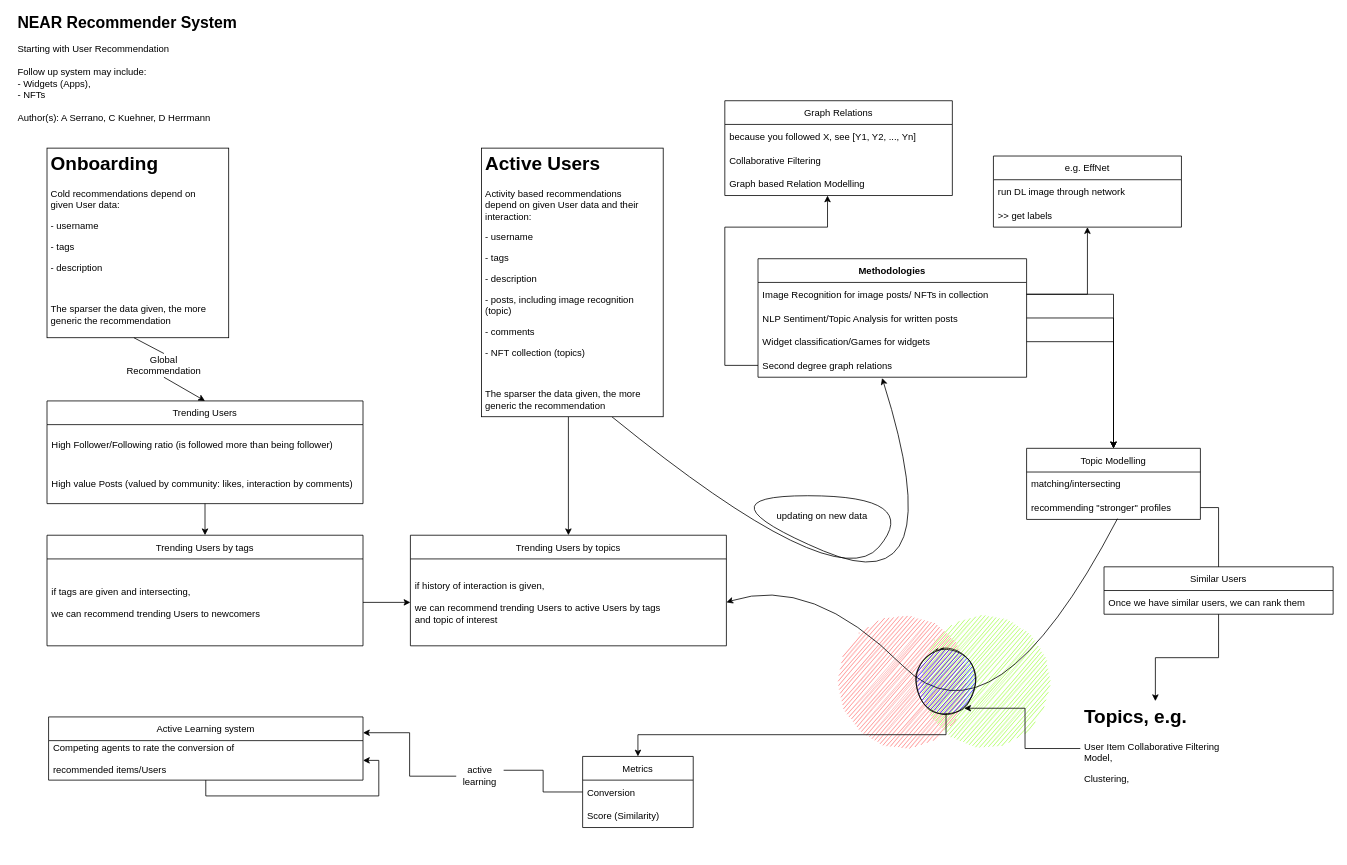
Before: page "Daniel" (1 of 3) of NEAR-Recommender.drawio in scopalaffairs/near_recommender, a draw.io diagram. Source tidied: cells renumbered, new cells numbered last; positions are measured from the earlier drawing's top-left corner, leaving out a move shared by most shapes. Both pictures are drawn from the tidied source at 79%, with x=0, y=0 at pixel (13, 21).
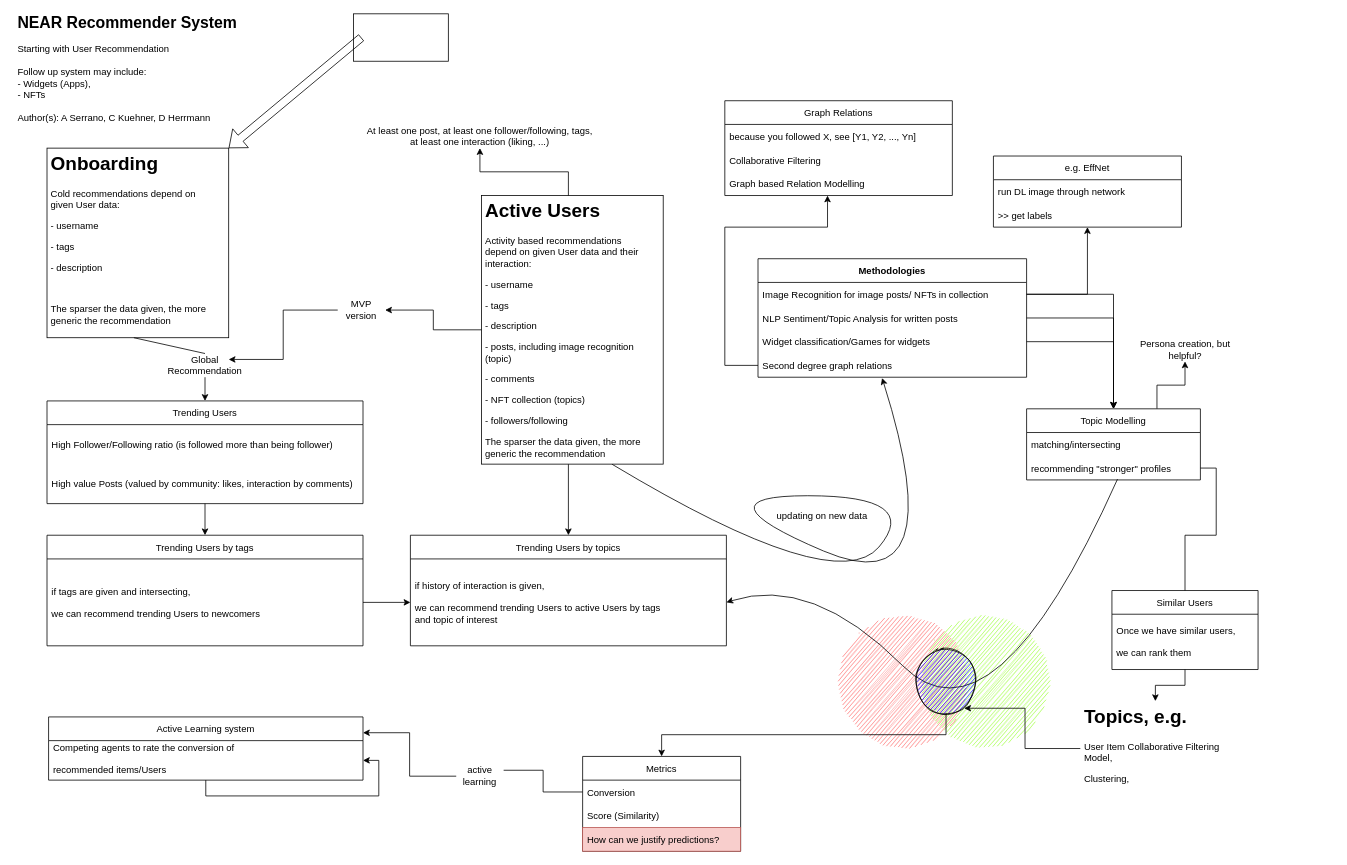
The same diagram, later.

Commit message:
Adding more Users and some questions

The change refers to these unchanged cells:
```xml
<mxCell id="10" value="Trending Users by topics" style="swimlane;fontStyle=0;horizontal=1;startSize=30;fontSize=12;" parent="1" vertex="1">
  <mxGeometry x="502" y="650" width="400" height="140" as="geometry" />
</mxCell>
<mxCell id="24" value="Second degree graph relations" style="text;strokeColor=none;fillColor=none;align=left;verticalAlign=middle;spacingLeft=4;spacingRight=4;overflow=hidden;points=[[0,0.5],[1,0.5]];portConstraint=eastwest;fontSize=12;" parent="20" vertex="1">
  <mxGeometry y="120" width="340" height="30" as="geometry" />
</mxCell>
<mxCell id="48" style="rounded=0;whiteSpace=wrap;html=1;fontSize=12;" parent="47" vertex="1">
  <mxGeometry width="230" height="240" as="geometry" />
</mxCell>
<mxCell id="59" value="&lt;h1&gt;Topics, e.g.&lt;br&gt;&lt;/h1&gt;&lt;p&gt;User Item Collaborative Filtering Model, &lt;br&gt;&lt;/p&gt;&lt;p&gt;Clustering,&lt;br&gt;&lt;/p&gt;" style="text;html=1;strokeColor=none;fillColor=none;spacing=5;spacingTop=-20;whiteSpace=wrap;overflow=hidden;rounded=0;shadow=0;glass=0;sketch=0;fontSize=12;" parent="1" vertex="1">
  <mxGeometry x="1350" y="860" width="190" height="120" as="geometry" />
</mxCell>
```

The edit, as a diff of the source:
```diff
@@
-    <mxCell id="13" style="edgeStyle=orthogonalEdgeStyle;rounded=0;jettySize=auto;html=1;fontSize=12;" parent="1" edge="1" source="46" target="10">
-      <mxGeometry relative="1" as="geometry" />
-    </mxCell>
+    <mxCell id="64" style="edgeStyle=orthogonalEdgeStyle;rounded=0;jettySize=auto;html=1;fontSize=12;" parent="1" edge="1" source="69" target="10">
+      <mxGeometry relative="1" as="geometry" />
+    </mxCell>
     <mxCell id="14" value="Metrics" style="swimlane;fontStyle=0;horizontal=1;startSize=30;fontSize=12;" parent="1" vertex="1">
-      <mxGeometry x="720" y="930" width="140" height="90" as="geometry" />
+      <mxGeometry x="720" y="930" width="200" height="120" as="geometry" />
     </mxCell>
     <mxCell id="15" value="Conversion" style="text;strokeColor=none;fillColor=none;align=left;verticalAlign=middle;spacingLeft=4;spacingRight=4;overflow=hidden;points=[[0,0.5],[1,0.5]];portConstraint=eastwest;fontSize=12;" parent="14" vertex="1">
-      <mxGeometry y="30" width="140" height="30" as="geometry" />
+      <mxGeometry y="30" width="200" height="30" as="geometry" />
     </mxCell>
     <mxCell id="16" value="Score (Similarity)" style="text;strokeColor=none;fillColor=none;align=left;verticalAlign=middle;spacingLeft=4;spacingRight=4;overflow=hidden;fontSize=12;" parent="14" vertex="1">
-      <mxGeometry y="60" width="140" height="30" as="geometry" />
+      <mxGeometry y="60" width="200" height="30" as="geometry" />
     </mxCell>
+    <mxCell id="65" value="How can we justify predictions?" style="text;strokeColor=#b85450;fillColor=#f8cecc;align=left;verticalAlign=middle;spacingLeft=4;spacingRight=4;overflow=hidden;fontSize=12;" parent="14" vertex="1">
+      <mxGeometry y="90" width="200" height="30" as="geometry" />
+    </mxCell>
@@
+    <mxCell id="66" style="edgeStyle=orthogonalEdgeStyle;rounded=0;jettySize=auto;html=1;exitX=0.75;exitY=0;exitDx=0;exitDy=0;fontSize=12;" parent="1" edge="1" source="25" target="74">
+      <mxGeometry relative="1" as="geometry" />
+    </mxCell>
     <mxCell id="25" value="Topic Modelling" style="swimlane;fontStyle=0;horizontal=1;startSize=30;fontSize=12;" parent="1" vertex="1">
-      <mxGeometry x="1282" y="540" width="220" height="90" as="geometry" />
+      <mxGeometry x="1282" y="490" width="220" height="90" as="geometry" />
     </mxCell>
@@
-    <mxCell id="34" style="curved=1;endArrow=classic;html=1;rounded=0;fontSize=12;exitX=0.75;exitY=1;exitDx=0;exitDy=0;entryX=0.462;entryY=1.033;entryDx=0;entryDy=0;entryPerimeter=0;" parent="1" edge="1" source="46" target="24">
-      <mxGeometry relative="1" as="geometry">
-        <Array as="points">
-          <mxPoint x="1040" y="730" />
-          <mxPoint x="1150" y="600" />
-          <mxPoint x="860" y="600" />
-          <mxPoint x="1190" y="740" />
-        </Array>
-      </mxGeometry>
-    </mxCell>
+    <mxCell id="67" style="curved=1;endArrow=classic;html=1;rounded=0;fontSize=12;exitX=0.75;exitY=1;exitDx=0;exitDy=0;entryX=0.462;entryY=1.033;entryDx=0;entryDy=0;entryPerimeter=0;" parent="1" edge="1" source="69" target="24">
+      <mxGeometry relative="1" as="geometry">
+        <Array as="points">
+          <mxPoint x="1040" y="730" />
+          <mxPoint x="1150" y="600" />
+          <mxPoint x="860" y="600" />
+          <mxPoint x="1190" y="740" />
+        </Array>
+      </mxGeometry>
+    </mxCell>
@@
-    <mxCell id="44" style="group;" parent="1" vertex="1">
-      <mxGeometry x="592" y="160" width="230" height="340" as="geometry" />
-    </mxCell>
+    <mxCell id="68" style="group;" parent="1" vertex="1">
+      <mxGeometry x="592" y="220" width="230" height="340" as="geometry" />
+    </mxCell>
-    <mxCell id="45" style="rounded=0;whiteSpace=wrap;html=1;fontSize=12;" parent="44" vertex="1">
+    <mxCell id="45" style="rounded=0;whiteSpace=wrap;html=1;fontSize=12;" parent="68" vertex="1">
       <mxGeometry width="230" height="340" as="geometry" />
     </mxCell>
-    <mxCell id="46" value="&lt;h1&gt;Active Users&lt;br&gt;&lt;/h1&gt;&lt;p&gt;Activity based recommendations depend on given User data and their interaction:&lt;/p&gt;&lt;p&gt;- username &lt;br&gt;&lt;/p&gt;&lt;p&gt;- tags&lt;/p&gt;&lt;p&gt;- description&lt;/p&gt;&lt;p&gt;- posts, including image recognition (topic)&lt;br&gt;&lt;/p&gt;&lt;p&gt;- comments&lt;/p&gt;&lt;p&gt;- NFT collection (topics)&lt;/p&gt;&lt;p&gt;&lt;br&gt;&lt;/p&gt;The sparser the data given, the more generic the recommendation" style="text;html=1;strokeColor=none;fillColor=none;spacing=5;spacingTop=-20;whiteSpace=wrap;overflow=hidden;rounded=0;fontSize=12;" parent="44" vertex="1">
-      <mxGeometry width="220" height="340" as="geometry" />
-    </mxCell>
+    <mxCell id="69" value="&lt;h1&gt;Active Users&lt;br&gt;&lt;/h1&gt;&lt;p&gt;Activity based recommendations depend on given User data and their interaction:&lt;/p&gt;&lt;p&gt;- username &lt;br&gt;&lt;/p&gt;&lt;p&gt;- tags&lt;/p&gt;&lt;p&gt;- description&lt;/p&gt;&lt;p&gt;- posts, including image recognition (topic)&lt;br&gt;&lt;/p&gt;&lt;p&gt;- comments&lt;/p&gt;&lt;p&gt;- NFT collection (topics)&lt;/p&gt;&lt;p&gt;- followers/following&lt;br&gt;&lt;/p&gt;The sparser the data given, the more generic the recommendation" style="text;html=1;strokeColor=none;fillColor=none;spacing=5;spacingTop=-20;whiteSpace=wrap;overflow=hidden;rounded=0;fontSize=12;" parent="68" vertex="1">
+      <mxGeometry width="220" height="340" as="geometry" />
+    </mxCell>
@@
     <mxCell id="52" value="Global Recommendation" style="text;html=1;strokeColor=none;fillColor=none;align=center;verticalAlign=middle;whiteSpace=wrap;rounded=0;shadow=0;glass=0;sketch=0;fontSize=12;" parent="1" vertex="1">
-      <mxGeometry x="160" y="420" width="60" height="30" as="geometry" />
+      <mxGeometry x="212" y="420" width="60" height="30" as="geometry" />
     </mxCell>
@@
-    <mxCell id="60" style="edgeStyle=orthogonalEdgeStyle;rounded=0;jettySize=auto;html=1;fontSize=12;startArrow=none;" parent="1" edge="1" source="61" target="59">
+    <mxCell id="60" style="edgeStyle=orthogonalEdgeStyle;rounded=0;jettySize=auto;html=1;entryX=0.5;entryY=0;entryDx=0;entryDy=0;fontSize=12;" parent="1" edge="1" source="61" target="59">
       <mxGeometry relative="1" as="geometry" />
     </mxCell>
     <mxCell id="61" value="Similar Users" style="swimlane;fontStyle=0;horizontal=1;startSize=30;shadow=0;glass=0;sketch=0;fontSize=12;fillColor=none;" parent="1" vertex="1">
-      <mxGeometry x="1380" y="690" width="290" height="60" as="geometry" />
+      <mxGeometry x="1390" y="720" width="185" height="100" as="geometry" />
     </mxCell>
-    <mxCell id="62" value="Once we have similar users, we can rank them" style="text;strokeColor=none;fillColor=none;align=left;verticalAlign=middle;spacingLeft=4;spacingRight=4;overflow=hidden;shadow=0;glass=0;sketch=0;fontSize=12;" parent="61" vertex="1">
-      <mxGeometry y="30" width="290" height="30" as="geometry" />
+    <mxCell id="62" value="Once we have similar users, &#10;&#10;we can rank them" style="text;strokeColor=none;fillColor=none;align=left;verticalAlign=middle;spacingLeft=4;spacingRight=4;overflow=hidden;shadow=0;glass=0;sketch=0;fontSize=12;" parent="61" vertex="1">
+      <mxGeometry y="30" width="185" height="70" as="geometry" />
     </mxCell>
@@
+    <mxCell id="70" style="edgeStyle=orthogonalEdgeStyle;rounded=0;jettySize=auto;html=1;entryX=1;entryY=0.25;entryDx=0;entryDy=0;fontSize=12;startArrow=none;" parent="1" edge="1" source="71" target="52">
+      <mxGeometry relative="1" as="geometry" />
+    </mxCell>
+    <mxCell id="71" value="MVP version" style="text;html=1;strokeColor=none;fillColor=none;align=center;verticalAlign=middle;whiteSpace=wrap;rounded=0;shadow=0;glass=0;sketch=0;fontSize=12;" parent="1" vertex="1">
+      <mxGeometry x="410" y="350" width="60" height="30" as="geometry" />
+    </mxCell>
+    <mxCell id="72" style="edgeStyle=orthogonalEdgeStyle;rounded=0;jettySize=auto;html=1;fontSize=12;entryX=0.5;entryY=1;entryDx=0;entryDy=0;" parent="1" edge="1" source="69" target="73">
+      <mxGeometry relative="1" as="geometry" />
+    </mxCell>
+    <mxCell id="73" value="&lt;div&gt;At least one post, at least one follower/following, tags,&lt;/div&gt;&lt;div&gt;at least one interaction (liking, ...)&lt;br&gt;&lt;/div&gt;" style="text;html=1;strokeColor=none;fillColor=none;align=center;verticalAlign=middle;whiteSpace=wrap;rounded=0;shadow=0;glass=0;sketch=0;fontSize=12;" parent="1" vertex="1">
+      <mxGeometry x="439" y="130" width="302" height="30" as="geometry" />
+    </mxCell>
+    <mxCell id="74" value="Persona creation, but helpful?" style="text;html=1;strokeColor=none;fillColor=none;align=center;verticalAlign=middle;whiteSpace=wrap;rounded=0;shadow=0;glass=0;sketch=0;fontSize=12;" parent="1" vertex="1">
+      <mxGeometry x="1423.5" y="400" width="118" height="30" as="geometry" />
+    </mxCell>
+    <mxCell id="75" style="edgeStyle=orthogonalEdgeStyle;rounded=0;jettySize=auto;html=1;entryX=1;entryY=0.5;entryDx=0;entryDy=0;fontSize=12;" parent="1" edge="1" source="69" target="71">
+      <mxGeometry relative="1" as="geometry" />
+    </mxCell>
+    <mxCell id="76" style="shape=flexArrow;endArrow=classic;html=1;rounded=0;fontSize=12;entryX=1;entryY=0;entryDx=0;entryDy=0;" parent="1" edge="1" target="48">
+      <mxGeometry relative="1" as="geometry">
+        <mxPoint x="440" y="20" as="sourcePoint" />
+      </mxGeometry>
+    </mxCell>
+    <mxCell id="77" style="rounded=0;whiteSpace=wrap;html=1;shadow=0;glass=0;sketch=0;fontSize=12;fillColor=none;" parent="1" vertex="1">
+      <mxGeometry x="430" y="-10" width="120" height="60" as="geometry" />
+    </mxCell>
```
